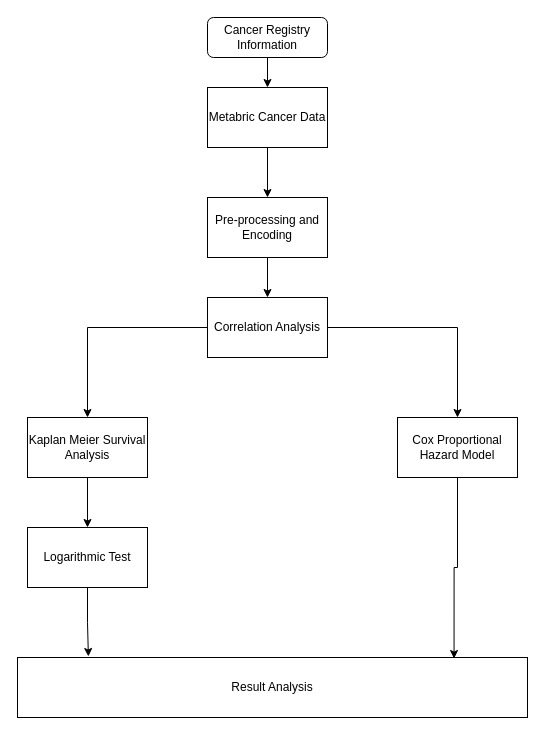
The draw.io diagram Untitled Diagram.drawio in Newton001/web-app, before the edit. Source tidied: cells renumbered, new cells numbered last; positions are measured from the earlier drawing's top-left corner, leaving out a move shared by most shapes. Both pictures are drawn from the tidied source at 100%, with x=0, y=0 at pixel (17, 17).
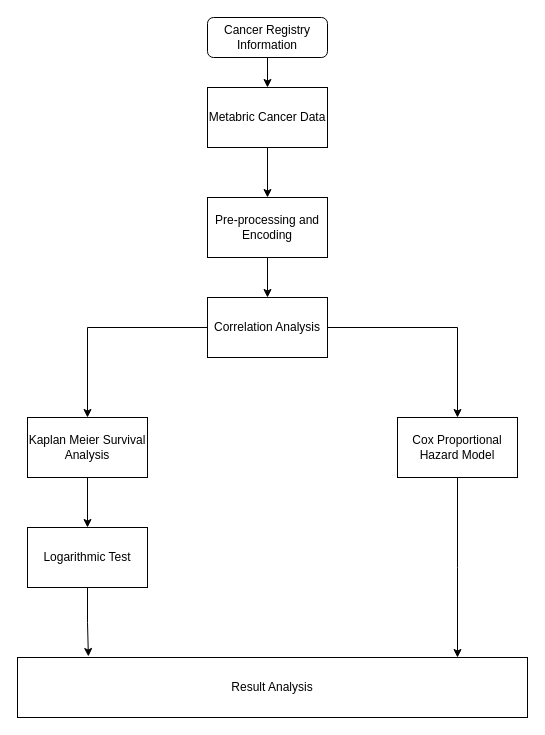
After the change.

Unchanged cells that the change refers to:
```xml
<mxCell id="14" value="Cox Proportional Hazard Model" style="rounded=0;whiteSpace=wrap;html=1;" parent="1" vertex="1">
  <mxGeometry x="380" y="400" width="120" height="60" as="geometry" />
</mxCell>
<mxCell id="16" value="Result Analysis" style="rounded=0;whiteSpace=wrap;html=1;" parent="1" vertex="1">
  <mxGeometry y="640" width="510" height="60" as="geometry" />
</mxCell>
```

What changed in the source:
```diff
@@
-    <mxCell id="17" style="edgeStyle=orthogonalEdgeStyle;rounded=0;jettySize=auto;html=1;entryX=0.856;entryY=0.017;entryDx=0;entryDy=0;entryPerimeter=0;" parent="1" edge="1" source="14" target="16">
-      <mxGeometry relative="1" as="geometry" />
+    <mxCell id="17" style="edgeStyle=orthogonalEdgeStyle;rounded=0;jettySize=auto;html=1;" parent="1" edge="1" source="14">
+      <mxGeometry relative="1" as="geometry">
+        <mxPoint x="440" y="640" as="targetPoint" />
+      </mxGeometry>
     </mxCell>
```
